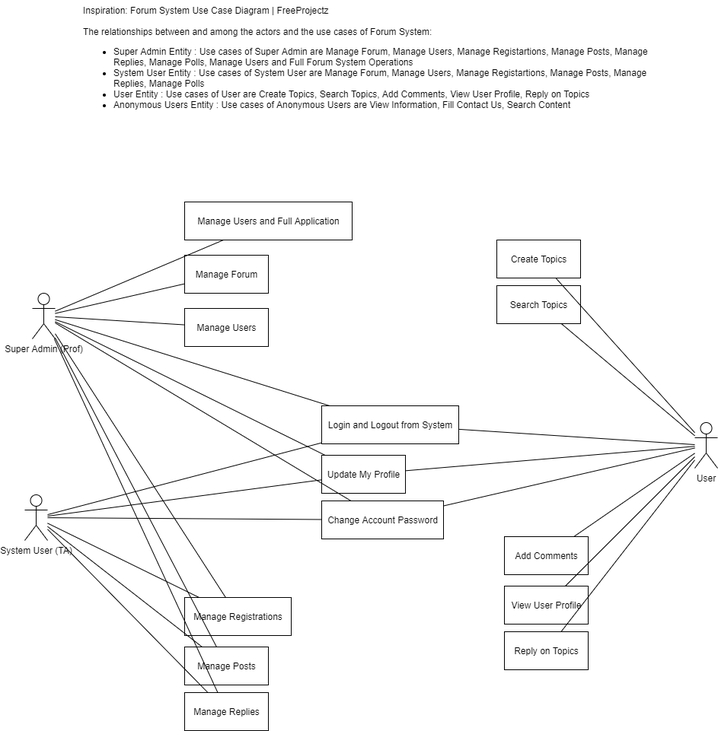
Above: UseCase.drawio.png in mikepoullas/COMP5531_GROUP_4_Winter_2022 (draw.io), before the change. Source tidied: cells renumbered, new cells last; positions are measured from the earlier drawing's top-left corner, leaving out a move shared by most shapes.
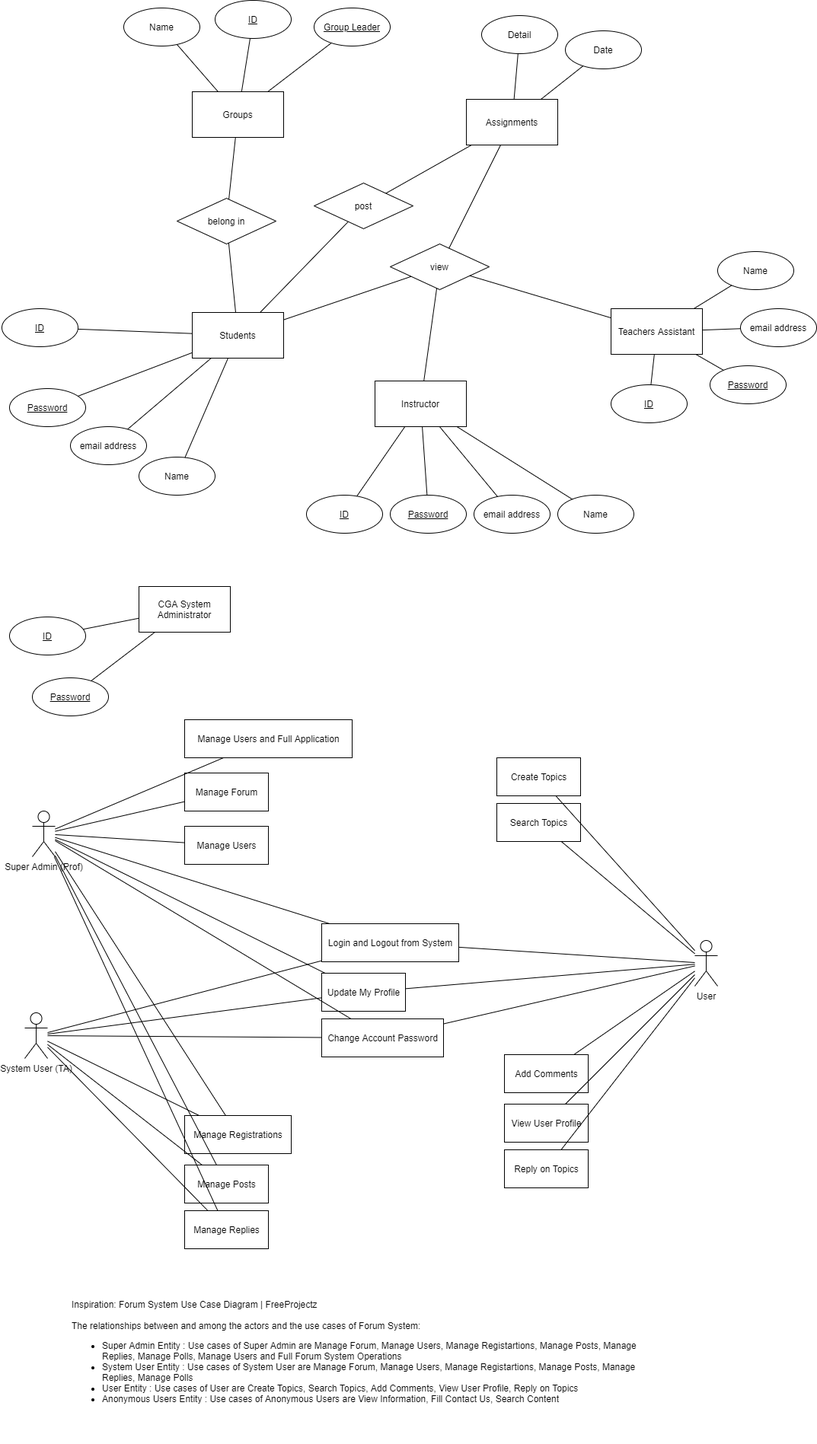
After the change.

Diff of the diagram source:
```diff
@@ -123,7 +123,178 @@
       <mxGeometry relative="1" as="geometry" />
     </mxCell>
     <mxCell id="42" value="Inspiration:&amp;nbsp;&lt;a href=&quot;https://www.freeprojectz.com/use-case/forum-system-use-case-diagram&quot;&gt;Forum System Use Case Diagram | FreeProjectz&lt;/a&gt;&lt;br&gt;&lt;br&gt;&lt;div&gt;The relationships between and among the actors and the use cases of Forum System:&amp;nbsp;&lt;/div&gt;&lt;div&gt;&lt;ul&gt;&lt;li&gt;Super Admin Entity : Use cases of Super Admin are Manage Forum, Manage Users, Manage Registartions, Manage Posts, Manage Replies, Manage Polls, Manage Users and Full Forum System Operations&lt;/li&gt;&lt;li&gt;System User Entity : Use cases of System User are Manage Forum, Manage Users, Manage Registartions, Manage Posts, Manage Replies, Manage Polls&amp;nbsp;&lt;/li&gt;&lt;li&gt;User Entity : Use cases of User are Create Topics, Search Topics, Add Comments, View User Profile, Reply on Topics&lt;/li&gt;&lt;li&gt;Anonymous Users Entity : Use cases of Anonymous Users are View Information, Fill Contact Us, Search Content&amp;nbsp;&lt;/li&gt;&lt;/ul&gt;&lt;/div&gt;" style="text;html=1;strokeColor=none;fillColor=none;align=left;verticalAlign=top;whiteSpace=wrap;rounded=0;" parent="1" vertex="1">
-      <mxGeometry x="75" width="770" height="195" as="geometry" />
+      <mxGeometry x="60" y="1020" width="770" height="195" as="geometry" />
     </mxCell>
+    <mxCell id="43" value="Students" style="rounded=0;whiteSpace=wrap;html=1;" parent="1" vertex="1">
+      <mxGeometry x="220" y="-270" width="120" height="60" as="geometry" />
+    </mxCell>
+    <mxCell id="44" value="Groups" style="rounded=0;whiteSpace=wrap;html=1;" parent="1" vertex="1">
+      <mxGeometry x="220" y="-560" width="120" height="60" as="geometry" />
+    </mxCell>
+    <mxCell id="45" value="Instructor" style="rounded=0;whiteSpace=wrap;html=1;" parent="1" vertex="1">
+      <mxGeometry x="460" y="-180" width="120" height="60" as="geometry" />
+    </mxCell>
+    <mxCell id="46" value="Teachers Assistant" style="rounded=0;whiteSpace=wrap;html=1;" parent="1" vertex="1">
+      <mxGeometry x="770" y="-275" width="120" height="60" as="geometry" />
+    </mxCell>
+    <mxCell id="47" style="edgeStyle=orthogonalEdgeStyle;rounded=0;orthogonalLoop=1;jettySize=auto;html=1;exitX=0.5;exitY=1;exitDx=0;exitDy=0;" parent="1" edge="1" source="43" target="43">
+      <mxGeometry relative="1" as="geometry" />
+    </mxCell>
+    <mxCell id="48" value="Assignments" style="rounded=0;whiteSpace=wrap;html=1;" parent="1" vertex="1">
+      <mxGeometry x="580" y="-550" width="120" height="60" as="geometry" />
+    </mxCell>
+    <mxCell id="49" value="email address" style="ellipse;whiteSpace=wrap;html=1;" parent="1" vertex="1">
+      <mxGeometry x="60" y="-120" width="100" height="50" as="geometry" />
+    </mxCell>
+    <mxCell id="50" value="Name" style="ellipse;whiteSpace=wrap;html=1;" parent="1" vertex="1">
+      <mxGeometry x="150" y="-80" width="100" height="50" as="geometry" />
+    </mxCell>
+    <mxCell id="51" value="&lt;u&gt;Password&lt;/u&gt;" style="ellipse;whiteSpace=wrap;html=1;" parent="1" vertex="1">
+      <mxGeometry x="-20" y="-170" width="100" height="50" as="geometry" />
+    </mxCell>
+    <mxCell id="52" value="&lt;u&gt;ID&lt;/u&gt;" style="ellipse;whiteSpace=wrap;html=1;" parent="1" vertex="1">
+      <mxGeometry x="-30" y="-275" width="100" height="50" as="geometry" />
+    </mxCell>
+    <mxCell id="53" style="endArrow=none;html=1;rounded=0;" parent="1" edge="1" source="52" target="43">
+      <mxGeometry relative="1" as="geometry" />
+    </mxCell>
+    <mxCell id="54" style="endArrow=none;html=1;rounded=0;" parent="1" edge="1" source="51" target="43">
+      <mxGeometry relative="1" as="geometry" />
+    </mxCell>
+    <mxCell id="55" style="endArrow=none;html=1;rounded=0;" parent="1" edge="1" source="50" target="43">
+      <mxGeometry relative="1" as="geometry" />
+    </mxCell>
+    <mxCell id="56" style="endArrow=none;html=1;rounded=0;" parent="1" edge="1" source="49" target="43">
+      <mxGeometry relative="1" as="geometry" />
+    </mxCell>
+    <mxCell id="57" value="Name" style="ellipse;whiteSpace=wrap;html=1;" parent="1" vertex="1">
+      <mxGeometry x="130" y="-670" width="100" height="50" as="geometry" />
+    </mxCell>
+    <mxCell id="58" value="&lt;u&gt;ID&lt;/u&gt;" style="ellipse;whiteSpace=wrap;html=1;" parent="1" vertex="1">
+      <mxGeometry x="250" y="-680" width="100" height="50" as="geometry" />
+    </mxCell>
+    <mxCell id="59" style="endArrow=none;html=1;rounded=0;" parent="1" edge="1" source="44" target="58">
+      <mxGeometry relative="1" as="geometry" />
+    </mxCell>
+    <mxCell id="60" style="endArrow=none;html=1;rounded=0;" parent="1" edge="1" source="44" target="57">
+      <mxGeometry relative="1" as="geometry" />
+    </mxCell>
+    <mxCell id="61" value="&lt;u&gt;Group Leader&lt;/u&gt;" style="ellipse;whiteSpace=wrap;html=1;" parent="1" vertex="1">
+      <mxGeometry x="380" y="-670" width="100" height="50" as="geometry" />
+    </mxCell>
+    <mxCell id="62" style="endArrow=none;html=1;rounded=0;" parent="1" edge="1" source="44" target="61">
+      <mxGeometry relative="1" as="geometry" />
+    </mxCell>
+    <mxCell id="63" value="Detail" style="ellipse;whiteSpace=wrap;html=1;" parent="1" vertex="1">
+      <mxGeometry x="600" y="-660" width="100" height="50" as="geometry" />
+    </mxCell>
+    <mxCell id="64" style="endArrow=none;html=1;rounded=0;" parent="1" edge="1" source="48" target="63">
+      <mxGeometry relative="1" as="geometry" />
+    </mxCell>
+    <mxCell id="65" value="view" style="rhombus;whiteSpace=wrap;html=1;" parent="1" vertex="1">
+      <mxGeometry x="480" y="-360" width="130" height="60" as="geometry" />
+    </mxCell>
+    <mxCell id="66" style="endArrow=none;html=1;rounded=0;" parent="1" edge="1" source="45" target="65">
+      <mxGeometry relative="1" as="geometry" />
+    </mxCell>
+    <mxCell id="67" style="endArrow=none;html=1;rounded=0;" parent="1" edge="1" source="46" target="65">
+      <mxGeometry relative="1" as="geometry" />
+    </mxCell>
+    <mxCell id="68" style="endArrow=none;html=1;rounded=0;" parent="1" edge="1" source="65" target="48">
+      <mxGeometry relative="1" as="geometry" />
+    </mxCell>
+    <mxCell id="69" value="post" style="rhombus;whiteSpace=wrap;html=1;" parent="1" vertex="1">
+      <mxGeometry x="380" y="-440" width="130" height="60" as="geometry" />
+    </mxCell>
+    <mxCell id="70" style="endArrow=none;html=1;rounded=0;" parent="1" edge="1" source="69" target="48">
+      <mxGeometry relative="1" as="geometry" />
+    </mxCell>
+    <mxCell id="71" style="endArrow=none;html=1;rounded=0;" parent="1" edge="1" source="69" target="43">
+      <mxGeometry relative="1" as="geometry" />
+    </mxCell>
+    <mxCell id="72" style="endArrow=none;html=1;rounded=0;" parent="1" edge="1" source="65" target="43">
+      <mxGeometry relative="1" as="geometry" />
+    </mxCell>
+    <mxCell id="73" value="&lt;u&gt;ID&lt;/u&gt;" style="ellipse;whiteSpace=wrap;html=1;" parent="1" vertex="1">
+      <mxGeometry x="370" y="-30" width="100" height="50" as="geometry" />
+    </mxCell>
+    <mxCell id="74" value="&lt;u&gt;Password&lt;/u&gt;" style="ellipse;whiteSpace=wrap;html=1;" parent="1" vertex="1">
+      <mxGeometry x="480" y="-30" width="100" height="50" as="geometry" />
+    </mxCell>
+    <mxCell id="75" value="email address" style="ellipse;whiteSpace=wrap;html=1;" parent="1" vertex="1">
+      <mxGeometry x="590" y="-30" width="100" height="50" as="geometry" />
+    </mxCell>
+    <mxCell id="76" value="Name" style="ellipse;whiteSpace=wrap;html=1;" parent="1" vertex="1">
+      <mxGeometry x="700" y="-30" width="100" height="50" as="geometry" />
+    </mxCell>
+    <mxCell id="77" style="endArrow=none;html=1;rounded=0;" parent="1" edge="1" source="73" target="45">
+      <mxGeometry relative="1" as="geometry" />
+    </mxCell>
+    <mxCell id="78" style="endArrow=none;html=1;rounded=0;" parent="1" edge="1" source="74" target="45">
+      <mxGeometry relative="1" as="geometry" />
+    </mxCell>
+    <mxCell id="79" style="endArrow=none;html=1;rounded=0;" parent="1" edge="1" source="75" target="45">
+      <mxGeometry relative="1" as="geometry" />
+    </mxCell>
+    <mxCell id="80" style="endArrow=none;html=1;rounded=0;" parent="1" edge="1" source="76" target="45">
+      <mxGeometry relative="1" as="geometry" />
+    </mxCell>
+    <mxCell id="81" value="&lt;u&gt;ID&lt;/u&gt;" style="ellipse;whiteSpace=wrap;html=1;" parent="1" vertex="1">
+      <mxGeometry x="770" y="-175" width="100" height="50" as="geometry" />
+    </mxCell>
+    <mxCell id="82" value="&lt;u&gt;Password&lt;/u&gt;" style="ellipse;whiteSpace=wrap;html=1;" parent="1" vertex="1">
+      <mxGeometry x="900" y="-200" width="100" height="50" as="geometry" />
+    </mxCell>
+    <mxCell id="83" value="Name" style="ellipse;whiteSpace=wrap;html=1;" parent="1" vertex="1">
+      <mxGeometry x="910" y="-350" width="100" height="50" as="geometry" />
+    </mxCell>
+    <mxCell id="84" style="endArrow=none;html=1;rounded=0;" parent="1" edge="1" source="81" target="46">
+      <mxGeometry relative="1" as="geometry" />
+    </mxCell>
+    <mxCell id="85" style="endArrow=none;html=1;rounded=0;" parent="1" edge="1" source="82" target="46">
+      <mxGeometry relative="1" as="geometry" />
+    </mxCell>
+    <mxCell id="86" style="endArrow=none;html=1;rounded=0;" parent="1" edge="1" source="88" target="46">
+      <mxGeometry relative="1" as="geometry" />
+    </mxCell>
+    <mxCell id="87" style="endArrow=none;html=1;rounded=0;" parent="1" edge="1" source="83" target="46">
+      <mxGeometry relative="1" as="geometry" />
+    </mxCell>
+    <mxCell id="88" value="email address" style="ellipse;whiteSpace=wrap;html=1;" parent="1" vertex="1">
+      <mxGeometry x="940" y="-275" width="100" height="50" as="geometry" />
+    </mxCell>
+    <mxCell id="89" value="belong in" style="rhombus;whiteSpace=wrap;html=1;" parent="1" vertex="1">
+      <mxGeometry x="200" y="-420" width="130" height="60" as="geometry" />
+    </mxCell>
+    <mxCell id="90" style="endArrow=none;html=1;rounded=0;" parent="1" edge="1" source="43" target="89">
+      <mxGeometry relative="1" as="geometry" />
+    </mxCell>
+    <mxCell id="91" style="endArrow=none;html=1;rounded=0;" parent="1" edge="1" source="89" target="44">
+      <mxGeometry relative="1" as="geometry" />
+    </mxCell>
+    <mxCell id="92" value="Date" style="ellipse;whiteSpace=wrap;html=1;" parent="1" vertex="1">
+      <mxGeometry x="710" y="-640" width="100" height="50" as="geometry" />
+    </mxCell>
+    <mxCell id="93" style="endArrow=none;html=1;rounded=0;" parent="1" edge="1" source="48" target="92">
+      <mxGeometry relative="1" as="geometry" />
+    </mxCell>
+    <mxCell id="94" value="CGA System Administrator" style="rounded=0;whiteSpace=wrap;html=1;" parent="1" vertex="1">
+      <mxGeometry x="150" y="90" width="120" height="60" as="geometry" />
+    </mxCell>
+    <mxCell id="95" style="edgeStyle=orthogonalEdgeStyle;rounded=0;orthogonalLoop=1;jettySize=auto;html=1;exitX=0.5;exitY=1;exitDx=0;exitDy=0;" parent="1" edge="1" source="94" target="94">
+      <mxGeometry relative="1" as="geometry" />
+    </mxCell>
+    <mxCell id="96" value="&lt;u&gt;Password&lt;/u&gt;" style="ellipse;whiteSpace=wrap;html=1;" parent="1" vertex="1">
+      <mxGeometry x="10" y="210" width="100" height="50" as="geometry" />
+    </mxCell>
+    <mxCell id="97" value="&lt;u&gt;ID&lt;/u&gt;" style="ellipse;whiteSpace=wrap;html=1;" parent="1" vertex="1">
+      <mxGeometry x="-20" y="130" width="100" height="50" as="geometry" />
+    </mxCell>
+    <mxCell id="98" style="endArrow=none;html=1;rounded=0;" parent="1" edge="1" source="97" target="94">
+      <mxGeometry relative="1" as="geometry" />
+    </mxCell>
+    <mxCell id="99" style="endArrow=none;html=1;rounded=0;" parent="1" edge="1" source="96" target="94">
+      <mxGeometry relative="1" as="geometry" />
+    </mxCell>
   </root>
 </mxGraphModel>
```
